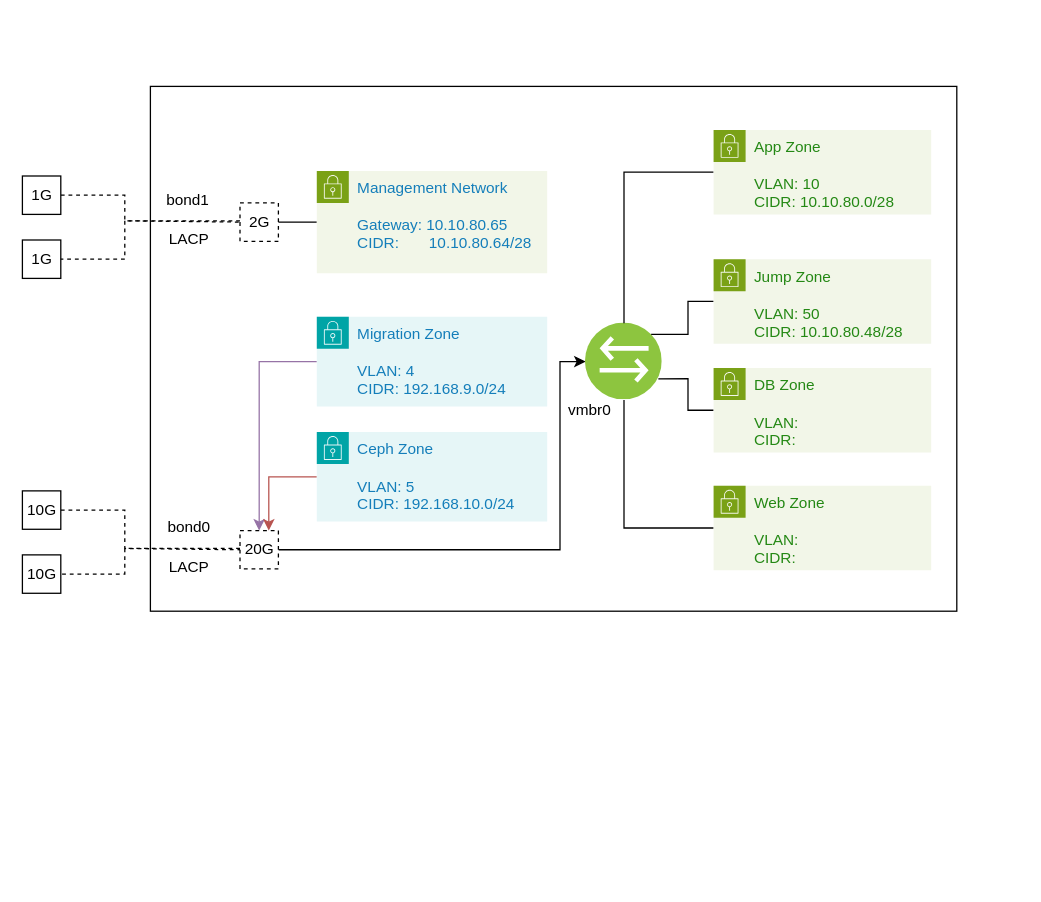
Before: cluster.drawio in aadarshadhakalg/aadarshadhakalg, a draw.io diagram. Source tidied: cells renumbered, new cells numbered last; positions are measured from the earlier drawing's top-left corner, leaving out a move shared by most shapes. Both pictures are drawn from the tidied source at 128%, with x=0, y=0 at pixel (22, 86).
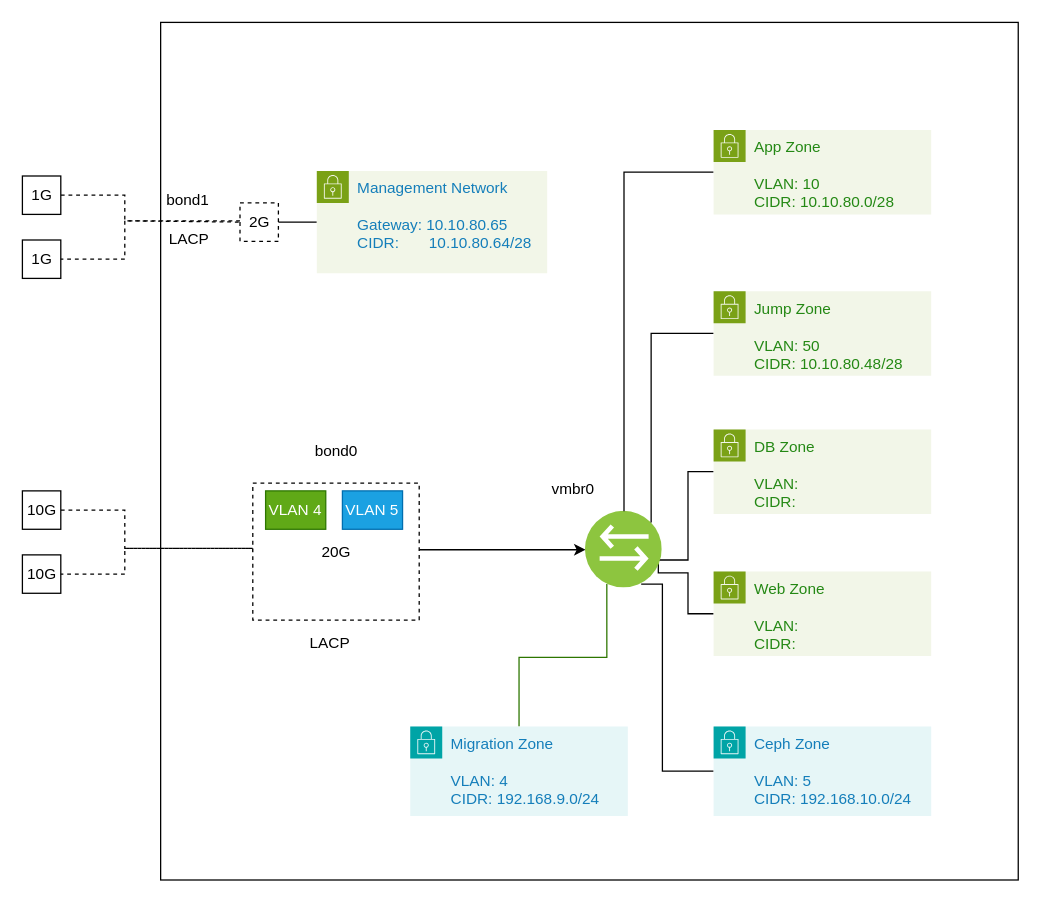
Above is the later version.

Diff of the diagram source:
```diff
@@
+    <mxCell id="34" style="group;" parent="1" vertex="1">
+      <mxGeometry y="-50" width="778" height="670" as="geometry" />
+    </mxCell>
+    <mxCell id="31" style="edgeStyle=orthogonalEdgeStyle;rounded=0;jettySize=auto;html=1;entryX=1;entryY=0.75;entryDx=0;entryDy=0;endArrow=none;endFill=0;" parent="34" edge="1" source="32" target="24">
+      <mxGeometry relative="1" as="geometry">
+        <Array as="points">
+          <mxPoint x="520" y="462" />
+          <mxPoint x="520" y="430" />
+          <mxPoint x="497" y="430" />
+        </Array>
+      </mxGeometry>
+    </mxCell>
+    <mxCell id="29" style="edgeStyle=orthogonalEdgeStyle;rounded=0;jettySize=auto;html=1;entryX=1;entryY=0.75;entryDx=0;entryDy=0;endArrow=none;endFill=0;" parent="34" edge="1" source="30" target="24">
+      <mxGeometry relative="1" as="geometry">
+        <Array as="points">
+          <mxPoint x="520" y="351" />
+          <mxPoint x="520" y="420" />
+          <mxPoint x="497" y="420" />
+        </Array>
+      </mxGeometry>
+    </mxCell>
-    <mxCell id="2" style="whiteSpace=wrap;html=1;fillColor=none;" parent="1" vertex="1">
-      <mxGeometry x="100" width="630" height="410" as="geometry" />
+    <mxCell id="2" style="whiteSpace=wrap;html=1;fillColor=none;" parent="34" vertex="1">
+      <mxGeometry x="108" width="670" height="670" as="geometry" />
     </mxCell>
-    <mxCell id="3" style="edgeStyle=orthogonalEdgeStyle;rounded=0;jettySize=auto;html=1;entryX=0;entryY=0.5;entryDx=0;entryDy=0;endArrow=none;endFill=0;dashed=1;" parent="1" edge="1" source="4" target="7">
+    <mxCell id="3" style="edgeStyle=orthogonalEdgeStyle;rounded=0;jettySize=auto;html=1;entryX=0;entryY=0.5;entryDx=0;entryDy=0;endArrow=none;endFill=0;dashed=1;" parent="34" edge="1" source="4" target="7">
       <mxGeometry relative="1" as="geometry">
         <Array as="points">
-          <mxPoint x="80" y="85" />
-          <mxPoint x="80" y="105" />
+          <mxPoint x="80" y="135" />
+          <mxPoint x="80" y="155" />
         </Array>
       </mxGeometry>
     </mxCell>
-    <mxCell id="4" value="1G" style="html=1;rounded=0;" parent="1" vertex="1">
-      <mxGeometry y="70" width="30" height="30" as="geometry" />
+    <mxCell id="4" value="1G" style="html=1;rounded=0;" parent="34" vertex="1">
+      <mxGeometry y="120" width="30" height="30" as="geometry" />
     </mxCell>
-    <mxCell id="5" value="1G" style="html=1;rounded=0;" parent="1" vertex="1">
-      <mxGeometry y="120" width="30" height="30" as="geometry" />
+    <mxCell id="5" value="1G" style="html=1;rounded=0;" parent="34" vertex="1">
+      <mxGeometry y="170" width="30" height="30" as="geometry" />
     </mxCell>
-    <mxCell id="6" style="edgeStyle=orthogonalEdgeStyle;rounded=0;jettySize=auto;html=1;entryX=1;entryY=0.5;entryDx=0;entryDy=0;endArrow=none;endFill=0;dashed=1;" parent="1" edge="1" source="7" target="5">
+    <mxCell id="6" style="edgeStyle=orthogonalEdgeStyle;rounded=0;jettySize=auto;html=1;entryX=1;entryY=0.5;entryDx=0;entryDy=0;endArrow=none;endFill=0;dashed=1;" parent="34" edge="1" source="7" target="5">
       <mxGeometry relative="1" as="geometry">
         <Array as="points">
-          <mxPoint x="80" y="105" />
-          <mxPoint x="80" y="135" />
+          <mxPoint x="80" y="155" />
+          <mxPoint x="80" y="185" />
         </Array>
       </mxGeometry>
     </mxCell>
-    <mxCell id="7" value="2G" style="html=1;rounded=0;dashed=1;" parent="1" vertex="1">
-      <mxGeometry x="170" y="91" width="30" height="30" as="geometry" />
+    <mxCell id="7" value="2G" style="html=1;rounded=0;dashed=1;" parent="34" vertex="1">
+      <mxGeometry x="170" y="141" width="30" height="30" as="geometry" />
     </mxCell>
-    <mxCell id="8" style="edgeStyle=orthogonalEdgeStyle;rounded=0;jettySize=auto;html=1;entryX=0;entryY=0.5;entryDx=0;entryDy=0;endArrow=none;endFill=0;dashed=1;" parent="1" edge="1" source="9" target="13">
+    <mxCell id="8" style="edgeStyle=orthogonalEdgeStyle;rounded=0;jettySize=auto;html=1;entryX=0;entryY=0.5;entryDx=0;entryDy=0;endArrow=none;endFill=0;dashed=1;" parent="34" edge="1" source="9" target="13">
       <mxGeometry relative="1" as="geometry">
         <Array as="points">
-          <mxPoint x="80" y="331" />
-          <mxPoint x="80" y="361" />
+          <mxPoint x="80" y="381" />
+          <mxPoint x="80" y="411" />
         </Array>
       </mxGeometry>
     </mxCell>
-    <mxCell id="9" value="10G" style="html=1;rounded=0;" parent="1" vertex="1">
-      <mxGeometry y="316" width="30" height="30" as="geometry" />
+    <mxCell id="9" value="10G" style="html=1;rounded=0;" parent="34" vertex="1">
+      <mxGeometry y="366" width="30" height="30" as="geometry" />
     </mxCell>
-    <mxCell id="10" value="10G" style="html=1;rounded=0;" parent="1" vertex="1">
-      <mxGeometry y="366" width="30" height="30" as="geometry" />
+    <mxCell id="10" value="10G" style="html=1;rounded=0;" parent="34" vertex="1">
+      <mxGeometry y="416" width="30" height="30" as="geometry" />
     </mxCell>
-    <mxCell id="11" style="edgeStyle=orthogonalEdgeStyle;rounded=0;jettySize=auto;html=1;entryX=1;entryY=0.5;entryDx=0;entryDy=0;endArrow=none;endFill=0;dashed=1;" parent="1" edge="1" source="13" target="10">
+    <mxCell id="11" style="edgeStyle=orthogonalEdgeStyle;rounded=0;jettySize=auto;html=1;entryX=1;entryY=0.5;entryDx=0;entryDy=0;endArrow=none;endFill=0;dashed=1;" parent="34" edge="1" source="13" target="10">
       <mxGeometry relative="1" as="geometry">
         <Array as="points">
-          <mxPoint x="80" y="361" />
-          <mxPoint x="80" y="381" />
+          <mxPoint x="80" y="411" />
+          <mxPoint x="80" y="431" />
         </Array>
       </mxGeometry>
     </mxCell>
-    <mxCell id="12" style="edgeStyle=orthogonalEdgeStyle;rounded=0;jettySize=auto;html=1;entryX=0;entryY=0.5;entryDx=0;entryDy=0;" parent="1" edge="1" source="13" target="24">
+    <mxCell id="12" style="edgeStyle=orthogonalEdgeStyle;rounded=0;jettySize=auto;html=1;entryX=0;entryY=0.5;entryDx=0;entryDy=0;" parent="34" edge="1" source="13" target="24">
       <mxGeometry relative="1" as="geometry">
         <Array as="points">
-          <mxPoint x="420" y="362" />
-          <mxPoint x="420" y="215" />
-          <mxPoint x="440" y="215" />
+          <mxPoint x="440" y="412" />
         </Array>
       </mxGeometry>
     </mxCell>
-    <mxCell id="13" value="20G" style="html=1;rounded=0;dashed=1;" parent="1" vertex="1">
-      <mxGeometry x="170" y="347" width="30" height="30" as="geometry" />
+    <mxCell id="13" value="20G" style="html=1;rounded=0;dashed=1;" parent="34" vertex="1">
+      <mxGeometry x="180" y="360" width="130" height="107" as="geometry" />
     </mxCell>
-    <mxCell id="14" value="bond0" style="text;html=1;align=center;verticalAlign=middle;strokeColor=none;fillColor=none;" parent="1" vertex="1">
-      <mxGeometry x="100" y="330" width="60" height="30" as="geometry" />
+    <mxCell id="14" value="bond0" style="text;html=1;align=center;verticalAlign=middle;strokeColor=none;fillColor=none;" parent="34" vertex="1">
+      <mxGeometry x="215" y="320" width="60" height="30" as="geometry" />
     </mxCell>
-    <mxCell id="15" value="bond1" style="text;html=1;align=center;verticalAlign=middle;strokeColor=none;fillColor=none;" parent="1" vertex="1">
-      <mxGeometry x="99" y="74" width="60" height="30" as="geometry" />
+    <mxCell id="15" value="bond1" style="text;html=1;align=center;verticalAlign=middle;strokeColor=none;fillColor=none;" parent="34" vertex="1">
+      <mxGeometry x="99" y="124" width="60" height="30" as="geometry" />
     </mxCell>
-    <mxCell id="16" value="LACP" style="text;html=1;align=center;verticalAlign=middle;strokeColor=none;fillColor=none;" parent="1" vertex="1">
-      <mxGeometry x="105" y="361" width="50" height="30" as="geometry" />
+    <mxCell id="16" value="LACP" style="text;html=1;align=center;verticalAlign=middle;strokeColor=none;fillColor=none;" parent="34" vertex="1">
+      <mxGeometry x="215" y="470" width="50" height="30" as="geometry" />
     </mxCell>
-    <mxCell id="17" value="LACP" style="text;html=1;align=center;verticalAlign=middle;strokeColor=none;fillColor=none;" parent="1" vertex="1">
-      <mxGeometry x="105" y="105" width="50" height="30" as="geometry" />
+    <mxCell id="17" value="LACP" style="text;html=1;align=center;verticalAlign=middle;strokeColor=none;fillColor=none;" parent="34" vertex="1">
+      <mxGeometry x="105" y="155" width="50" height="30" as="geometry" />
     </mxCell>
-    <mxCell id="18" style="edgeStyle=orthogonalEdgeStyle;rounded=0;jettySize=auto;html=1;entryX=1;entryY=0.5;entryDx=0;entryDy=0;endArrow=none;endFill=0;" parent="1" edge="1" source="19" target="7">
+    <mxCell id="18" style="edgeStyle=orthogonalEdgeStyle;rounded=0;jettySize=auto;html=1;entryX=1;entryY=0.5;entryDx=0;entryDy=0;endArrow=none;endFill=0;" parent="34" edge="1" source="19" target="7">
       <mxGeometry relative="1" as="geometry" />
     </mxCell>
-    <mxCell id="19" value="&lt;span style=&quot;color: rgb(20, 126, 186);&quot;&gt;Management Network&amp;nbsp;&lt;/span&gt;&lt;div style=&quot;color: rgb(20, 126, 186);&quot;&gt;&lt;br&gt;&lt;/div&gt;&lt;div style=&quot;color: rgb(20, 126, 186);&quot;&gt;Gateway: 10.10.80.65&lt;/div&gt;&lt;div style=&quot;color: rgb(20, 126, 186);&quot;&gt;CIDR:&amp;nbsp; &amp;nbsp; &amp;nbsp; &amp;nbsp;10.10.80.64/28&lt;/div&gt;" style="points=[[0,0],[0.25,0],[0.5,0],[0.75,0],[1,0],[1,0.25],[1,0.5],[1,0.75],[1,1],[0.75,1],[0.5,1],[0.25,1],[0,1],[0,0.75],[0,0.5],[0,0.25]];outlineConnect=0;gradientColor=none;html=1;whiteSpace=wrap;fontSize=12;fontStyle=0;shape=mxgraph.aws4.group;grIcon=mxgraph.aws4.group_security_group;grStroke=0;strokeColor=#7AA116;fillColor=#F2F6E8;verticalAlign=top;align=left;spacingLeft=30;fontColor=#248814;dashed=0;" parent="1" vertex="1">
-      <mxGeometry x="230" y="66" width="180" height="80" as="geometry" />
+    <mxCell id="19" value="&lt;span style=&quot;color: rgb(20, 126, 186);&quot;&gt;Management Network&amp;nbsp;&lt;/span&gt;&lt;div style=&quot;color: rgb(20, 126, 186);&quot;&gt;&lt;br&gt;&lt;/div&gt;&lt;div style=&quot;color: rgb(20, 126, 186);&quot;&gt;Gateway: 10.10.80.65&lt;/div&gt;&lt;div style=&quot;color: rgb(20, 126, 186);&quot;&gt;CIDR:&amp;nbsp; &amp;nbsp; &amp;nbsp; &amp;nbsp;10.10.80.64/28&lt;/div&gt;" style="points=[[0,0],[0.25,0],[0.5,0],[0.75,0],[1,0],[1,0.25],[1,0.5],[1,0.75],[1,1],[0.75,1],[0.5,1],[0.25,1],[0,1],[0,0.75],[0,0.5],[0,0.25]];outlineConnect=0;gradientColor=none;html=1;whiteSpace=wrap;fontSize=12;fontStyle=0;shape=mxgraph.aws4.group;grIcon=mxgraph.aws4.group_security_group;grStroke=0;strokeColor=#7AA116;fillColor=#F2F6E8;verticalAlign=top;align=left;spacingLeft=30;fontColor=#248814;dashed=0;" parent="34" vertex="1">
+      <mxGeometry x="230" y="116" width="180" height="80" as="geometry" />
     </mxCell>
-    <mxCell id="20" style="edgeStyle=orthogonalEdgeStyle;rounded=0;jettySize=auto;html=1;entryX=0.5;entryY=0;entryDx=0;entryDy=0;endArrow=classic;endFill=1;fillColor=#e1d5e7;strokeColor=#9673a6;startArrow=none;startFill=0;" parent="1" edge="1" source="21" target="13">
-      <mxGeometry relative="1" as="geometry" />
-    </mxCell>
+    <mxCell id="35" style="edgeStyle=orthogonalEdgeStyle;rounded=0;jettySize=auto;html=1;entryX=0.25;entryY=1;entryDx=0;entryDy=0;endArrow=none;endFill=0;fillColor=#60a917;strokeColor=#2D7600;" parent="34" edge="1" source="21" target="24">
+      <mxGeometry relative="1" as="geometry" />
+    </mxCell>
-    <mxCell id="21" value="Migration Zone&lt;div&gt;&lt;br&gt;&lt;div&gt;VLAN: 4&lt;/div&gt;&lt;div&gt;CIDR:&amp;nbsp;192.168.9.0/24&lt;/div&gt;&lt;/div&gt;" style="points=[[0,0],[0.25,0],[0.5,0],[0.75,0],[1,0],[1,0.25],[1,0.5],[1,0.75],[1,1],[0.75,1],[0.5,1],[0.25,1],[0,1],[0,0.75],[0,0.5],[0,0.25]];outlineConnect=0;gradientColor=none;html=1;whiteSpace=wrap;fontSize=12;fontStyle=0;shape=mxgraph.aws4.group;grIcon=mxgraph.aws4.group_security_group;grStroke=0;strokeColor=#00A4A6;fillColor=#E6F6F7;verticalAlign=top;align=left;spacingLeft=30;fontColor=#147EBA;dashed=0;" parent="1" vertex="1">
-      <mxGeometry x="230" y="180" width="180" height="70" as="geometry" />
+    <mxCell id="21" value="Migration Zone&lt;div&gt;&lt;br&gt;&lt;div&gt;VLAN: 4&lt;/div&gt;&lt;div&gt;CIDR:&amp;nbsp;192.168.9.0/24&lt;/div&gt;&lt;/div&gt;" style="points=[[0,0],[0.25,0],[0.5,0],[0.75,0],[1,0],[1,0.25],[1,0.5],[1,0.75],[1,1],[0.75,1],[0.5,1],[0.25,1],[0,1],[0,0.75],[0,0.5],[0,0.25]];outlineConnect=0;gradientColor=none;html=1;whiteSpace=wrap;fontSize=12;fontStyle=0;shape=mxgraph.aws4.group;grIcon=mxgraph.aws4.group_security_group;grStroke=0;strokeColor=#00A4A6;fillColor=#E6F6F7;verticalAlign=top;align=left;spacingLeft=30;fontColor=#147EBA;dashed=0;" parent="34" vertex="1">
+      <mxGeometry x="303" y="550" width="170" height="70" as="geometry" />
     </mxCell>
-    <mxCell id="22" style="edgeStyle=orthogonalEdgeStyle;rounded=0;jettySize=auto;html=1;entryX=0.75;entryY=0;entryDx=0;entryDy=0;endArrow=classic;endFill=1;fillColor=#f8cecc;strokeColor=#b85450;" parent="1" edge="1" source="23" target="13">
-      <mxGeometry relative="1" as="geometry" />
-    </mxCell>
+    <mxCell id="36" style="edgeStyle=orthogonalEdgeStyle;rounded=0;jettySize=auto;html=1;entryX=0.75;entryY=1;entryDx=0;entryDy=0;endArrow=none;endFill=0;" parent="34" edge="1" source="23" target="24">
+      <mxGeometry relative="1" as="geometry">
+        <Array as="points">
+          <mxPoint x="500" y="585" />
+          <mxPoint x="500" y="439" />
+        </Array>
+      </mxGeometry>
+    </mxCell>
-    <mxCell id="23" value="Ceph Zone&lt;div&gt;&lt;br&gt;&lt;div&gt;VLAN: 5&lt;/div&gt;&lt;div&gt;CIDR:&amp;nbsp;192.168.10.0/24&lt;/div&gt;&lt;/div&gt;" style="points=[[0,0],[0.25,0],[0.5,0],[0.75,0],[1,0],[1,0.25],[1,0.5],[1,0.75],[1,1],[0.75,1],[0.5,1],[0.25,1],[0,1],[0,0.75],[0,0.5],[0,0.25]];outlineConnect=0;gradientColor=none;html=1;whiteSpace=wrap;fontSize=12;fontStyle=0;shape=mxgraph.aws4.group;grIcon=mxgraph.aws4.group_security_group;grStroke=0;strokeColor=#00A4A6;fillColor=#E6F6F7;verticalAlign=top;align=left;spacingLeft=30;fontColor=#147EBA;dashed=0;" parent="1" vertex="1">
-      <mxGeometry x="230" y="270" width="180" height="70" as="geometry" />
+    <mxCell id="23" value="Ceph Zone&lt;div&gt;&lt;br&gt;&lt;div&gt;VLAN: 5&lt;/div&gt;&lt;div&gt;CIDR:&amp;nbsp;192.168.10.0/24&lt;/div&gt;&lt;/div&gt;" style="points=[[0,0],[0.25,0],[0.5,0],[0.75,0],[1,0],[1,0.25],[1,0.5],[1,0.75],[1,1],[0.75,1],[0.5,1],[0.25,1],[0,1],[0,0.75],[0,0.5],[0,0.25]];outlineConnect=0;gradientColor=none;html=1;whiteSpace=wrap;fontSize=12;fontStyle=0;shape=mxgraph.aws4.group;grIcon=mxgraph.aws4.group_security_group;grStroke=0;strokeColor=#00A4A6;fillColor=#E6F6F7;verticalAlign=top;align=left;spacingLeft=30;fontColor=#147EBA;dashed=0;" parent="34" vertex="1">
+      <mxGeometry x="540" y="550" width="170" height="70" as="geometry" />
     </mxCell>
-    <mxCell id="24" style="image;perimeter=ellipsePerimeter;html=1;align=center;shadow=0;dashed=0;fontColor=#4277BB;labelBackgroundColor=default;fontSize=12;spacingTop=3;image=img/lib/ibm/vpc/Bridge.svg;" parent="1" vertex="1">
-      <mxGeometry x="440" y="185" width="60" height="60" as="geometry" />
+    <mxCell id="24" style="image;perimeter=ellipsePerimeter;html=1;align=center;shadow=0;dashed=0;fontColor=#4277BB;labelBackgroundColor=default;fontSize=12;spacingTop=3;image=img/lib/ibm/vpc/Bridge.svg;" parent="34" vertex="1">
+      <mxGeometry x="440" y="382" width="60" height="60" as="geometry" />
     </mxCell>
-    <mxCell id="25" style="edgeStyle=orthogonalEdgeStyle;rounded=0;jettySize=auto;html=1;entryX=0.5;entryY=0;entryDx=0;entryDy=0;endArrow=none;endFill=0;" parent="1" edge="1" source="26" target="24">
+    <mxCell id="25" style="edgeStyle=orthogonalEdgeStyle;rounded=0;jettySize=auto;html=1;entryX=0.5;entryY=0;entryDx=0;entryDy=0;endArrow=none;endFill=0;" parent="34" edge="1" source="26" target="24">
       <mxGeometry relative="1" as="geometry" />
     </mxCell>
-    <mxCell id="26" value="App Zone&lt;div&gt;&lt;br&gt;&lt;/div&gt;&lt;div&gt;VLAN: 10&amp;nbsp;&lt;/div&gt;&lt;div&gt;CIDR: 10.10.80.0/28&lt;/div&gt;" style="points=[[0,0],[0.25,0],[0.5,0],[0.75,0],[1,0],[1,0.25],[1,0.5],[1,0.75],[1,1],[0.75,1],[0.5,1],[0.25,1],[0,1],[0,0.75],[0,0.5],[0,0.25]];outlineConnect=0;gradientColor=none;html=1;whiteSpace=wrap;fontSize=12;fontStyle=0;shape=mxgraph.aws4.group;grIcon=mxgraph.aws4.group_security_group;grStroke=0;strokeColor=#7AA116;fillColor=#F2F6E8;verticalAlign=top;align=left;spacingLeft=30;fontColor=#248814;dashed=0;" parent="1" vertex="1">
-      <mxGeometry x="540" y="34" width="170" height="66" as="geometry" />
+    <mxCell id="26" value="App Zone&lt;div&gt;&lt;br&gt;&lt;/div&gt;&lt;div&gt;VLAN: 10&amp;nbsp;&lt;/div&gt;&lt;div&gt;CIDR: 10.10.80.0/28&lt;/div&gt;" style="points=[[0,0],[0.25,0],[0.5,0],[0.75,0],[1,0],[1,0.25],[1,0.5],[1,0.75],[1,1],[0.75,1],[0.5,1],[0.25,1],[0,1],[0,0.75],[0,0.5],[0,0.25]];outlineConnect=0;gradientColor=none;html=1;whiteSpace=wrap;fontSize=12;fontStyle=0;shape=mxgraph.aws4.group;grIcon=mxgraph.aws4.group_security_group;grStroke=0;strokeColor=#7AA116;fillColor=#F2F6E8;verticalAlign=top;align=left;spacingLeft=30;fontColor=#248814;dashed=0;" parent="34" vertex="1">
+      <mxGeometry x="540" y="84" width="170" height="66" as="geometry" />
     </mxCell>
-    <mxCell id="27" style="edgeStyle=orthogonalEdgeStyle;rounded=0;jettySize=auto;html=1;entryX=1;entryY=0;entryDx=0;entryDy=0;endArrow=none;endFill=0;" parent="1" edge="1" source="28" target="24">
+    <mxCell id="27" style="edgeStyle=orthogonalEdgeStyle;rounded=0;jettySize=auto;html=1;entryX=1;entryY=0;entryDx=0;entryDy=0;endArrow=none;endFill=0;" parent="34" edge="1" source="28" target="24">
       <mxGeometry relative="1" as="geometry" />
     </mxCell>
-    <mxCell id="28" value="Jump Zone&lt;div&gt;&lt;br&gt;&lt;/div&gt;&lt;div&gt;VLAN: 50&lt;/div&gt;&lt;div&gt;CIDR: 10.10.80.48/28&lt;/div&gt;" style="points=[[0,0],[0.25,0],[0.5,0],[0.75,0],[1,0],[1,0.25],[1,0.5],[1,0.75],[1,1],[0.75,1],[0.5,1],[0.25,1],[0,1],[0,0.75],[0,0.5],[0,0.25]];outlineConnect=0;gradientColor=none;html=1;whiteSpace=wrap;fontSize=12;fontStyle=0;shape=mxgraph.aws4.group;grIcon=mxgraph.aws4.group_security_group;grStroke=0;strokeColor=#7AA116;fillColor=#F2F6E8;verticalAlign=top;align=left;spacingLeft=30;fontColor=#248814;dashed=0;" parent="1" vertex="1">
-      <mxGeometry x="540" y="135" width="170" height="66" as="geometry" />
+    <mxCell id="28" value="Jump Zone&lt;div&gt;&lt;br&gt;&lt;/div&gt;&lt;div&gt;VLAN: 50&lt;/div&gt;&lt;div&gt;CIDR: 10.10.80.48/28&lt;/div&gt;" style="points=[[0,0],[0.25,0],[0.5,0],[0.75,0],[1,0],[1,0.25],[1,0.5],[1,0.75],[1,1],[0.75,1],[0.5,1],[0.25,1],[0,1],[0,0.75],[0,0.5],[0,0.25]];outlineConnect=0;gradientColor=none;html=1;whiteSpace=wrap;fontSize=12;fontStyle=0;shape=mxgraph.aws4.group;grIcon=mxgraph.aws4.group_security_group;grStroke=0;strokeColor=#7AA116;fillColor=#F2F6E8;verticalAlign=top;align=left;spacingLeft=30;fontColor=#248814;dashed=0;" parent="34" vertex="1">
+      <mxGeometry x="540" y="210" width="170" height="66" as="geometry" />
     </mxCell>
-    <mxCell id="29" style="edgeStyle=orthogonalEdgeStyle;rounded=0;jettySize=auto;html=1;entryX=1;entryY=0.75;entryDx=0;entryDy=0;endArrow=none;endFill=0;" parent="1" edge="1" source="30" target="24">
-      <mxGeometry relative="1" as="geometry" />
-    </mxCell>
-    <mxCell id="30" value="DB Zone&lt;div&gt;&lt;br&gt;&lt;/div&gt;&lt;div&gt;VLAN:&amp;nbsp;&lt;/div&gt;&lt;div&gt;CIDR:&amp;nbsp;&lt;/div&gt;" style="points=[[0,0],[0.25,0],[0.5,0],[0.75,0],[1,0],[1,0.25],[1,0.5],[1,0.75],[1,1],[0.75,1],[0.5,1],[0.25,1],[0,1],[0,0.75],[0,0.5],[0,0.25]];outlineConnect=0;gradientColor=none;html=1;whiteSpace=wrap;fontSize=12;fontStyle=0;shape=mxgraph.aws4.group;grIcon=mxgraph.aws4.group_security_group;grStroke=0;strokeColor=#7AA116;fillColor=#F2F6E8;verticalAlign=top;align=left;spacingLeft=30;fontColor=#248814;dashed=0;" parent="1" vertex="1">
-      <mxGeometry x="540" y="220" width="170" height="66" as="geometry" />
+    <mxCell id="30" value="DB Zone&lt;div&gt;&lt;br&gt;&lt;/div&gt;&lt;div&gt;VLAN:&amp;nbsp;&lt;/div&gt;&lt;div&gt;CIDR:&amp;nbsp;&lt;/div&gt;" style="points=[[0,0],[0.25,0],[0.5,0],[0.75,0],[1,0],[1,0.25],[1,0.5],[1,0.75],[1,1],[0.75,1],[0.5,1],[0.25,1],[0,1],[0,0.75],[0,0.5],[0,0.25]];outlineConnect=0;gradientColor=none;html=1;whiteSpace=wrap;fontSize=12;fontStyle=0;shape=mxgraph.aws4.group;grIcon=mxgraph.aws4.group_security_group;grStroke=0;strokeColor=#7AA116;fillColor=#F2F6E8;verticalAlign=top;align=left;spacingLeft=30;fontColor=#248814;dashed=0;" parent="34" vertex="1">
+      <mxGeometry x="540" y="318" width="170" height="66" as="geometry" />
     </mxCell>
-    <mxCell id="31" style="edgeStyle=orthogonalEdgeStyle;rounded=0;jettySize=auto;html=1;entryX=0.5;entryY=1;entryDx=0;entryDy=0;endArrow=none;endFill=0;" parent="1" edge="1" source="32" target="24">
-      <mxGeometry relative="1" as="geometry" />
-    </mxCell>
-    <mxCell id="32" value="Web Zone&lt;div&gt;&lt;br&gt;&lt;/div&gt;&lt;div&gt;VLAN:&amp;nbsp;&lt;/div&gt;&lt;div&gt;CIDR:&amp;nbsp;&lt;/div&gt;" style="points=[[0,0],[0.25,0],[0.5,0],[0.75,0],[1,0],[1,0.25],[1,0.5],[1,0.75],[1,1],[0.75,1],[0.5,1],[0.25,1],[0,1],[0,0.75],[0,0.5],[0,0.25]];outlineConnect=0;gradientColor=none;html=1;whiteSpace=wrap;fontSize=12;fontStyle=0;shape=mxgraph.aws4.group;grIcon=mxgraph.aws4.group_security_group;grStroke=0;strokeColor=#7AA116;fillColor=#F2F6E8;verticalAlign=top;align=left;spacingLeft=30;fontColor=#248814;dashed=0;" parent="1" vertex="1">
-      <mxGeometry x="540" y="312" width="170" height="66" as="geometry" />
+    <mxCell id="32" value="Web Zone&lt;div&gt;&lt;br&gt;&lt;/div&gt;&lt;div&gt;VLAN:&amp;nbsp;&lt;/div&gt;&lt;div&gt;CIDR:&amp;nbsp;&lt;/div&gt;" style="points=[[0,0],[0.25,0],[0.5,0],[0.75,0],[1,0],[1,0.25],[1,0.5],[1,0.75],[1,1],[0.75,1],[0.5,1],[0.25,1],[0,1],[0,0.75],[0,0.5],[0,0.25]];outlineConnect=0;gradientColor=none;html=1;whiteSpace=wrap;fontSize=12;fontStyle=0;shape=mxgraph.aws4.group;grIcon=mxgraph.aws4.group_security_group;grStroke=0;strokeColor=#7AA116;fillColor=#F2F6E8;verticalAlign=top;align=left;spacingLeft=30;fontColor=#248814;dashed=0;" parent="34" vertex="1">
+      <mxGeometry x="540" y="429" width="170" height="66" as="geometry" />
     </mxCell>
-    <mxCell id="33" value="vmbr0" style="text;html=1;align=center;verticalAlign=middle;strokeColor=none;fillColor=none;" parent="1" vertex="1">
-      <mxGeometry x="413" y="238" width="60" height="30" as="geometry" />
+    <mxCell id="33" value="vmbr0" style="text;html=1;align=center;verticalAlign=middle;strokeColor=none;fillColor=none;" parent="34" vertex="1">
+      <mxGeometry x="400" y="350" width="60" height="30" as="geometry" />
     </mxCell>
+    <mxCell id="37" value="VLAN 4" style="rounded=0;whiteSpace=wrap;html=1;fillColor=#60a917;strokeColor=#2D7600;fontColor=#ffffff;" parent="34" vertex="1">
+      <mxGeometry x="190" y="366" width="47" height="30" as="geometry" />
+    </mxCell>
+    <mxCell id="38" value="VLAN 5" style="rounded=0;whiteSpace=wrap;html=1;fillColor=#1ba1e2;strokeColor=#006EAF;fontColor=#ffffff;" parent="34" vertex="1">
+      <mxGeometry x="250" y="366" width="47" height="30" as="geometry" />
+    </mxCell>
```
